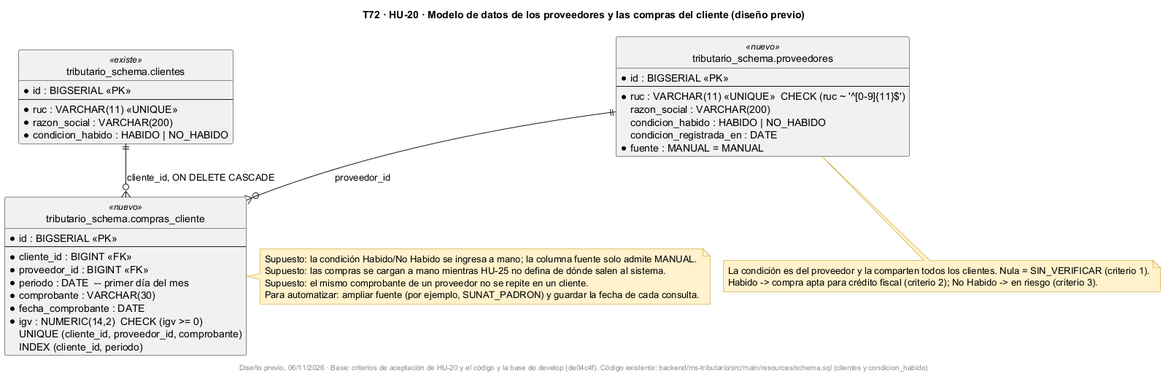
Before: docs/uml/img/T72-HU20-er-proveedores-compras.png, a diagram exported from PlantUML (fabianrodriguez33/plus-contable).
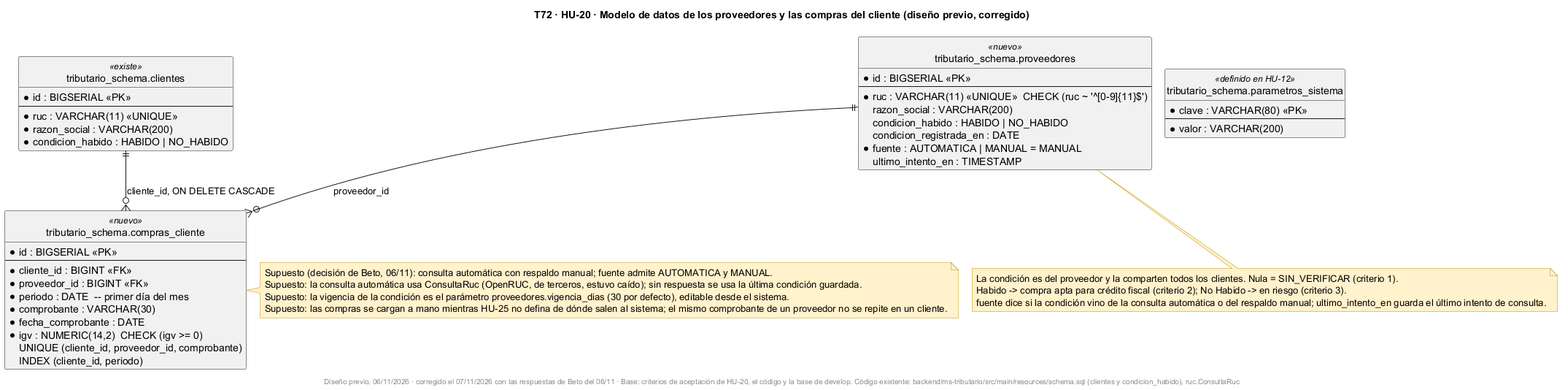
After the commit.

Commit message:
docs: corregir el diseño previo de HU-20: consulta automática con respaldo manual (T72)

What changed in the source:
```diff
@@ -1,6 +1,6 @@
 @startuml
 !pragma layout smetana
-title T72 · HU-20 · Modelo de datos de los proveedores y las compras del cliente (diseño previo)
+title T72 · HU-20 · Modelo de datos de los proveedores y las compras del cliente (diseño previo, corregido)
 skinparam shadowing false
 skinparam noteBackgroundColor #FFF2CC
 skinparam noteBorderColor #BF9000
@@ -13,7 +13,6 @@
   * razon_social : VARCHAR(200)
   * condicion_habido : HABIDO | NO_HABIDO
 }
-
 entity "tributario_schema.proveedores" as prov <<nuevo>> {
   * id : BIGSERIAL <<PK>>
   --
@@ -21,9 +20,9 @@
     razon_social : VARCHAR(200)
     condicion_habido : HABIDO | NO_HABIDO
     condicion_registrada_en : DATE
-  * fuente : MANUAL = MANUAL
+  * fuente : AUTOMATICA | MANUAL = MANUAL
+    ultimo_intento_en : TIMESTAMP
 }
-
 entity "tributario_schema.compras_cliente" as compras <<nuevo>> {
   * id : BIGSERIAL <<PK>>
   --
@@ -36,6 +35,11 @@
   UNIQUE (cliente_id, proveedor_id, comprobante)
   INDEX (cliente_id, periodo)
 }
+entity "tributario_schema.parametros_sistema" as param <<definido en HU-12>> {
+  * clave : VARCHAR(80) <<PK>>
+  --
+  * valor : VARCHAR(200)
+}
 
 clientes ||--o{ compras : cliente_id, ON DELETE CASCADE
 prov ||--o{ compras : proveedor_id
@@ -43,14 +47,13 @@
 note bottom of prov
   La condición es del proveedor y la comparten todos los clientes. Nula = SIN_VERIFICAR (criterio 1).
   Habido -> compra apta para crédito fiscal (criterio 2); No Habido -> en riesgo (criterio 3).
+  fuente dice si la condición vino de la consulta automática o del respaldo manual; ultimo_intento_en guarda el último intento de consulta.
 end note
-
 note right of compras
-  Supuesto: la condición Habido/No Habido se ingresa a mano; la columna fuente solo admite MANUAL.
-  Supuesto: las compras se cargan a mano mientras HU-25 no defina de dónde salen al sistema.
-  Supuesto: el mismo comprobante de un proveedor no se repite en un cliente.
-  Para automatizar: ampliar fuente (por ejemplo, SUNAT_PADRON) y guardar la fecha de cada consulta.
+  Supuesto (decisión de Beto, 06/11): consulta automática con respaldo manual; fuente admite AUTOMATICA y MANUAL.
+  Supuesto: la consulta automática usa ConsultaRuc (OpenRUC, de terceros, estuvo caído); sin respuesta se usa la última condición guardada.
+  Supuesto: la vigencia de la condición es el parámetro proveedores.vigencia_dias (30 por defecto), editable desde el sistema.
+  Supuesto: las compras se cargan a mano mientras HU-25 no defina de dónde salen al sistema; el mismo comprobante de un proveedor no se repite en un cliente.
 end note
-
-footer Diseño previo, 06/11/2026 · Base: criterios de aceptación de HU-20 y el código y la base de develop (de04c4f). Código existente: backend/ms-tributario/src/main/resources/schema.sql (clientes y condicion_habido)
+footer Diseño previo, 06/11/2026 · corregido el 07/11/2026 con las respuestas de Beto del 06/11 · Base: criterios de aceptación de HU-20, el código y la base de develop. Código existente: backend/ms-tributario/src/main/resources/schema.sql (clientes y condicion_habido), ruc.ConsultaRuc
 @enduml
```
